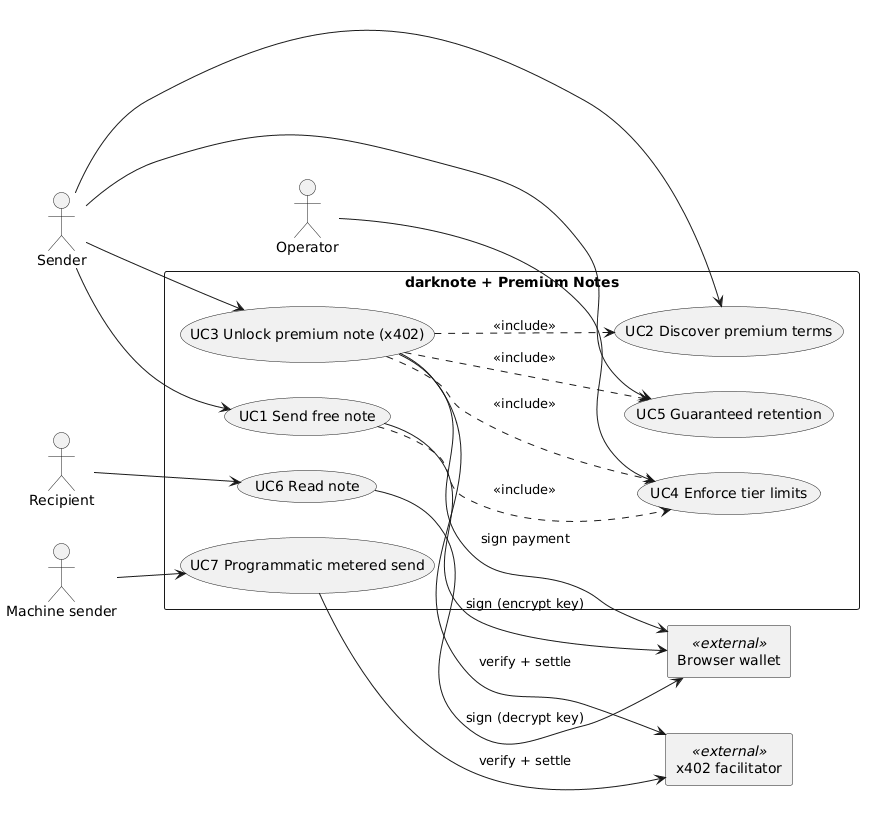
Earlier version of the PlantUML export docs/diagrams/use-cases.png (serie77/DarkNote). The source it was exported from:
```plantuml
@startuml
left to right direction
skinparam packageStyle rectangle

actor Sender
actor Recipient
actor Operator
actor "Machine sender" as Machine

rectangle "darknote + Premium Notes" {
  usecase "UC1 Send free note" as UC1
  usecase "UC2 Discover premium terms" as UC2
  usecase "UC3 Unlock premium note (x402)" as UC3
  usecase "UC4 Enforce tier limits" as UC4
  usecase "UC5 Guaranteed retention" as UC5
  usecase "UC6 Read note" as UC6
  usecase "UC7 Programmatic metered send" as UC7
}

rectangle "Browser wallet" as Wallet <<external>>
rectangle "x402 facilitator" as Fac <<external>>

Sender --> UC1
Sender --> UC2
Sender --> UC3
Sender --> UC5
Recipient --> UC6
Operator --> UC4
Machine --> UC7

UC3 ..> UC2 : <<include>>
UC3 ..> UC4 : <<include>>
UC1 ..> UC4 : <<include>>
UC3 ..> UC5 : <<include>>

UC1 --> Wallet : sign (encrypt key)
UC3 --> Wallet : sign payment
UC3 --> Fac : verify + settle
UC6 --> Wallet : sign (decrypt key)
UC7 --> Fac : verify + settle
@enduml
```
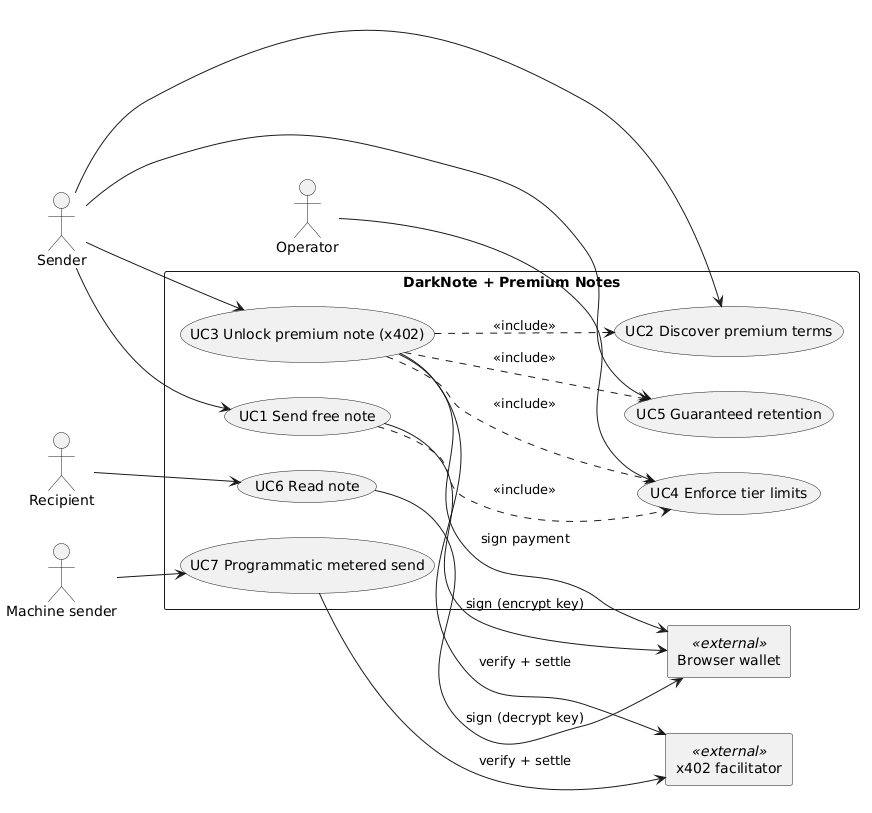
Later version of the same file.

The edit, as a diff of the source:
```diff
@@ -7,7 +7,7 @@
 actor Operator
 actor "Machine sender" as Machine
 
-rectangle "darknote + Premium Notes" {
+rectangle "DarkNote + Premium Notes" {
   usecase "UC1 Send free note" as UC1
   usecase "UC2 Discover premium terms" as UC2
   usecase "UC3 Unlock premium note (x402)" as UC3
```
